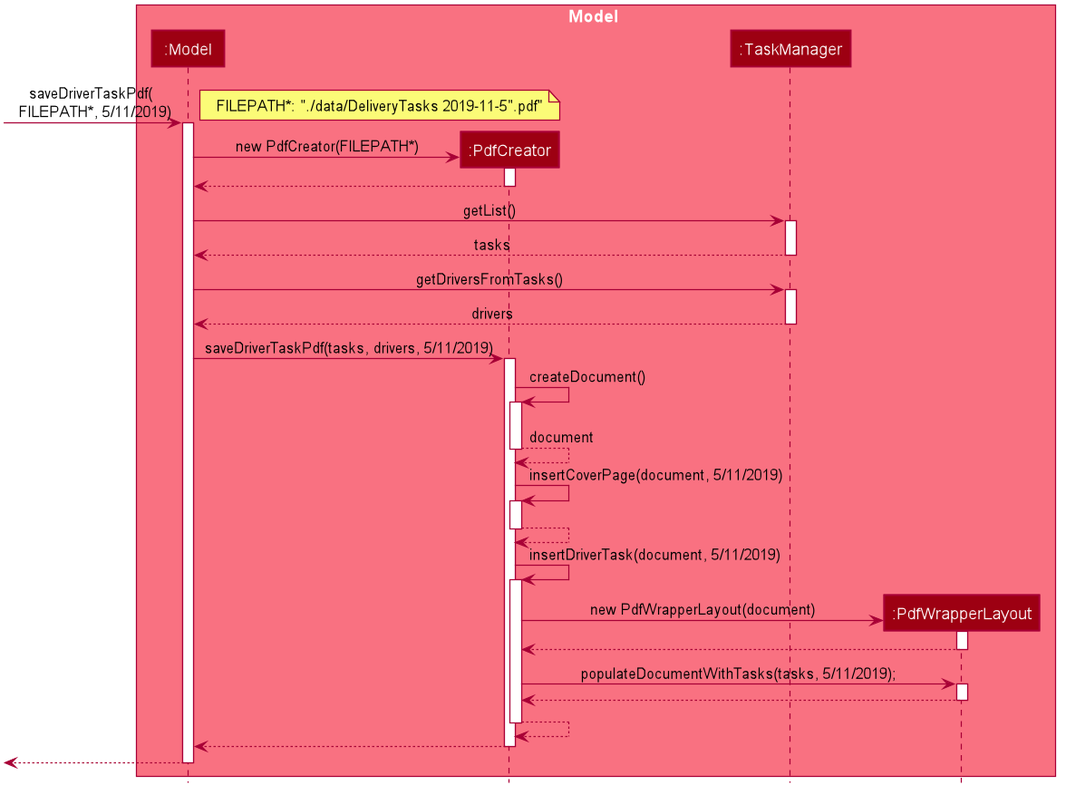
The PlantUML diagram docs/images/GeneratePdfSequenceDiagram.png in nus-cs2103-AY1920S1/addressbook-level3, before a commit. The source it was exported from:
```plantuml
@startuml









skinparam BackgroundColor #FFFFFFF

skinparam Shadowing false

skinparam Class {
    FontColor #FFFFFF
    BorderThickness 1
    BorderColor #FFFFFF
    StereotypeFontColor #FFFFFF
    FontName Arial
}


skinparam Actor {
    BorderColor #000000
    Color #000000
    FontName Arial
}

skinparam Sequence {
    MessageAlign center
    BoxFontSize 15
    BoxPadding 0
    BoxFontColor #FFFFFF
    FontName Arial
}


skinparam Participant {
    FontColor #FFFFFFF
    Padding 20
}

skinparam MinClassWidth 50
skinparam ParticipantPadding 10
skinparam Shadowing false
skinparam DefaultTextAlignment center
skinparam packageStyle Rectangle

hide footbox
hide members
hide circle

box Model #F97181
participant ":Model" as Model #9D0012
participant ":PdfCreator" as PdfCreator #9D0012
participant ":TaskManager" as TaskManager #9D0012
participant ":PdfWrapperLayout" as PdfWrapperLayout #9D0012
end box


[-> Model : saveDriverTaskPdf( \n FILEPATH*, 5/11/2019)
note right: FILEPATH*: "./data/DeliveryTasks 2019-11-5".pdf"
activate Model

create PdfCreator
Model -> PdfCreator : new PdfCreator(FILEPATH*)
activate PdfCreator

PdfCreator --> Model
deactivate PdfCreator

Model -> TaskManager : getList()
activate TaskManager

TaskManager --> Model: tasks
deactivate TaskManager

Model -> TaskManager : getDriversFromTasks()
activate TaskManager

TaskManager --> Model: drivers
deactivate TaskManager

Model -> PdfCreator : saveDriverTaskPdf(tasks, drivers, 5/11/2019)
activate PdfCreator

PdfCreator -> PdfCreator ++: createDocument()
PdfCreator --> PdfCreator --: document

PdfCreator -> PdfCreator ++: insertCoverPage(document, 5/11/2019)
PdfCreator --> PdfCreator --

PdfCreator -> PdfCreator ++: insertDriverTask(document, 5/11/2019)

create PdfWrapperLayout
PdfCreator -> PdfWrapperLayout :  new PdfWrapperLayout(document)
activate PdfWrapperLayout

PdfWrapperLayout --> PdfCreator
deactivate PdfWrapperLayout

PdfCreator -> PdfWrapperLayout : populateDocumentWithTasks(tasks, 5/11/2019);
activate PdfWrapperLayout

PdfWrapperLayout --> PdfCreator
deactivate PdfWrapperLayout

PdfCreator --> PdfCreator --

PdfCreator --> Model
deactivate PdfCreator

[<-- Model
deactivate Model

@enduml
```
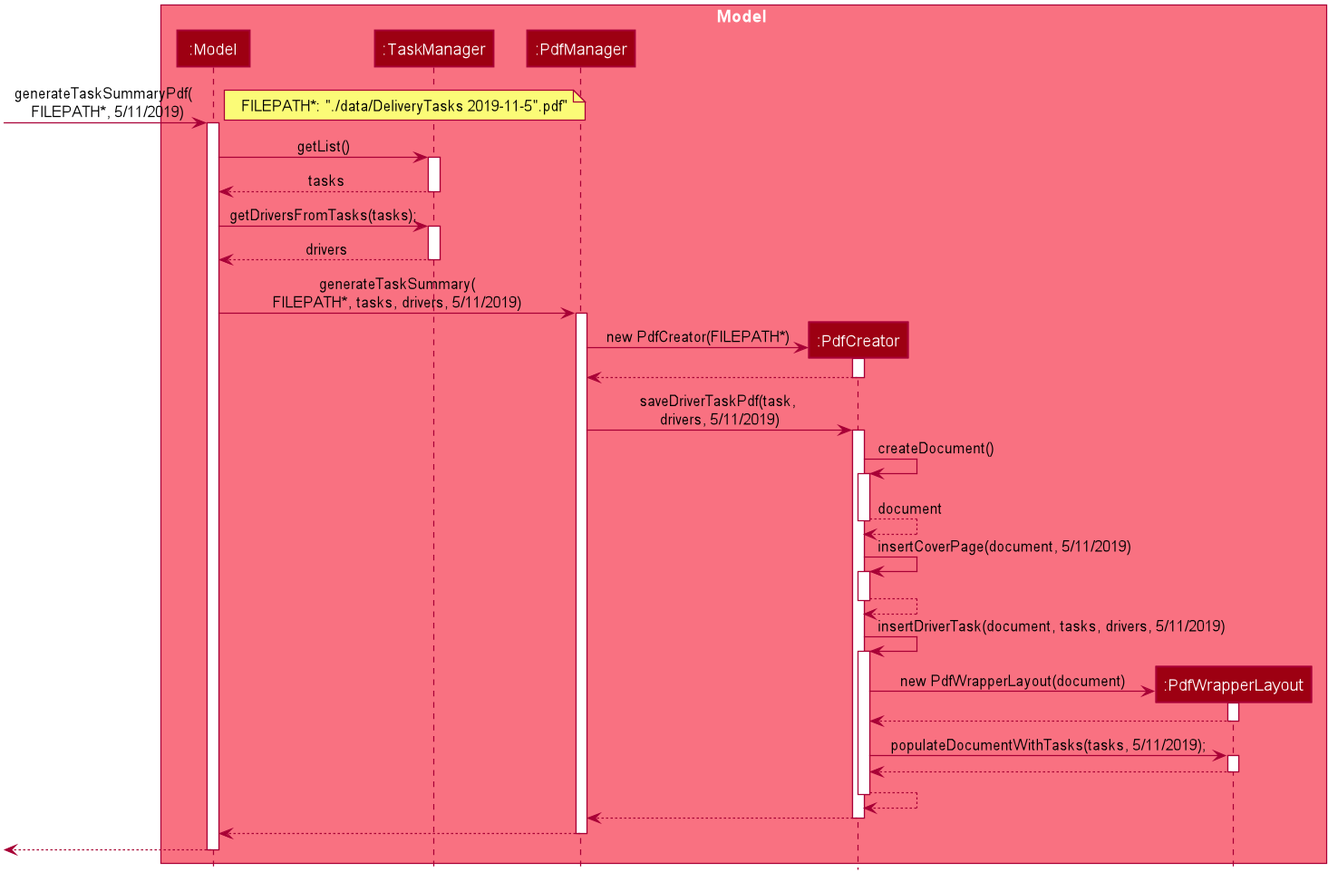
After the change.

The edit, as a diff of the source:
```diff
@@ -53,22 +53,16 @@
 
 box Model #F97181
 participant ":Model" as Model #9D0012
+participant ":TaskManager" as TaskManager #9D0012
+participant ":PdfManager" as PdfManager #9D0012
 participant ":PdfCreator" as PdfCreator #9D0012
-participant ":TaskManager" as TaskManager #9D0012
 participant ":PdfWrapperLayout" as PdfWrapperLayout #9D0012
 end box
 
 
-[-> Model : saveDriverTaskPdf( \n FILEPATH*, 5/11/2019)
+[-> Model : generateTaskSummaryPdf( \n FILEPATH*, 5/11/2019)
 note right: FILEPATH*: "./data/DeliveryTasks 2019-11-5".pdf"
 activate Model
-
-create PdfCreator
-Model -> PdfCreator : new PdfCreator(FILEPATH*)
-activate PdfCreator
-
-PdfCreator --> Model
-deactivate PdfCreator
 
 Model -> TaskManager : getList()
 activate TaskManager
@@ -76,13 +70,23 @@
 TaskManager --> Model: tasks
 deactivate TaskManager
 
-Model -> TaskManager : getDriversFromTasks()
+Model -> TaskManager : getDriversFromTasks(tasks);
 activate TaskManager
 
 TaskManager --> Model: drivers
 deactivate TaskManager
 
-Model -> PdfCreator : saveDriverTaskPdf(tasks, drivers, 5/11/2019)
+Model -> PdfManager : generateTaskSummary(\nFILEPATH*, tasks, drivers, 5/11/2019)
+activate PdfManager
+
+create PdfCreator
+PdfManager -> PdfCreator : new PdfCreator(FILEPATH*)
+activate PdfCreator
+
+PdfCreator --> PdfManager
+deactivate PdfCreator
+
+PdfManager -> PdfCreator : saveDriverTaskPdf(task, \ndrivers, 5/11/2019)
 activate PdfCreator
 
 PdfCreator -> PdfCreator ++: createDocument()
@@ -91,7 +95,7 @@
 PdfCreator -> PdfCreator ++: insertCoverPage(document, 5/11/2019)
 PdfCreator --> PdfCreator --
 
-PdfCreator -> PdfCreator ++: insertDriverTask(document, 5/11/2019)
+PdfCreator -> PdfCreator ++: insertDriverTask(document, tasks, drivers, 5/11/2019)
 
 create PdfWrapperLayout
 PdfCreator -> PdfWrapperLayout :  new PdfWrapperLayout(document)
@@ -108,8 +112,11 @@
 
 PdfCreator --> PdfCreator --
 
-PdfCreator --> Model
+PdfCreator --> PdfManager
 deactivate PdfCreator
+
+PdfManager --> Model
+deactivate PdfManager
 
 [<-- Model
 deactivate Model
```
